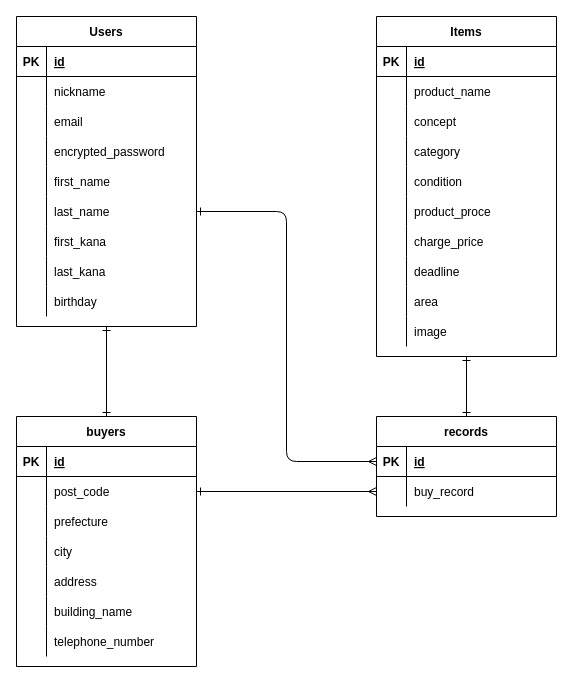
SuzukiYoiko/furima-38532 keeps this draw.io diagram as er.dio. Above is the earlier version. Source tidied: cells renumbered, new cells numbered last; positions are measured from the earlier drawing's top-left corner, leaving out a move shared by most shapes. Both pictures are drawn from the tidied source at 100%, with x=0, y=0 at pixel (16, 16).
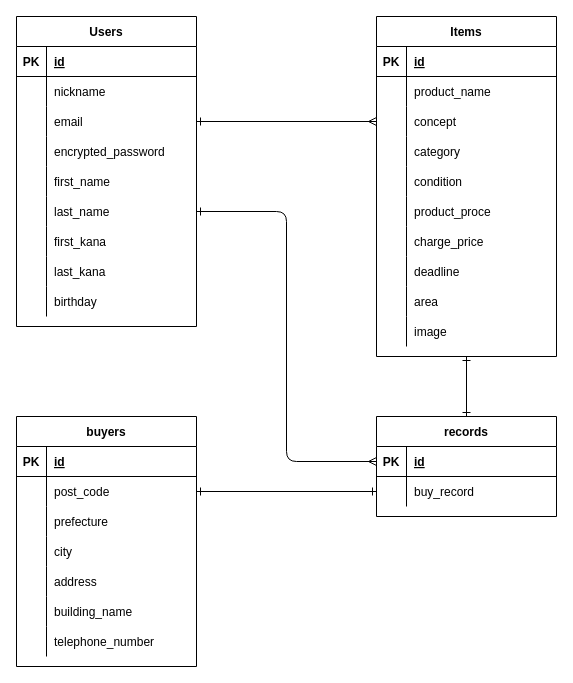
After the change.

Commit message (it also covers changes not shown here):
データベース設計の修正2

The change refers to these unchanged cells:
```xml
<mxCell id="3" value="Users" style="shape=table;startSize=30;childLayout=tableLayout;rowLines=0;fontStyle=1;align=center;fillColor=none;" parent="1" vertex="1">
  <mxGeometry width="180" height="310" as="geometry" />
</mxCell>
<mxCell id="10" style="shape=partialRectangle;fillColor=none;top=0;left=0;bottom=0;right=0;points=[[0,0.5],[1,0.5]];portConstraint=eastwest;" parent="3" vertex="1">
  <mxGeometry y="90" width="180" height="30" as="geometry" />
</mxCell>
<mxCell id="39" style="shape=partialRectangle;fillColor=none;top=0;left=0;bottom=0;right=0;points=[[0,0.5],[1,0.5]];portConstraint=eastwest;" parent="32" vertex="1">
  <mxGeometry y="90" width="180" height="30" as="geometry" />
</mxCell>
<mxCell id="63" value="buyers" style="shape=table;startSize=30;childLayout=tableLayout;rowLines=0;fontStyle=1;align=center;fillColor=none;" parent="1" vertex="1">
  <mxGeometry y="400" width="180" height="250" as="geometry" />
</mxCell>
<mxCell id="67" style="shape=partialRectangle;fillColor=none;top=0;left=0;bottom=0;right=0;points=[[0,0.5],[1,0.5]];portConstraint=eastwest;" parent="63" vertex="1">
  <mxGeometry y="60" width="180" height="30" as="geometry" />
</mxCell>
<mxCell id="89" style="shape=partialRectangle;fillColor=none;top=0;left=0;bottom=0;right=0;points=[[0,0.5],[1,0.5]];portConstraint=eastwest;" parent="85" vertex="1">
  <mxGeometry y="60" width="180" height="30" as="geometry" />
</mxCell>
```

What changed in the source:
```diff
@@
-    <mxCell id="2" style="edgeStyle=none;html=1;exitX=0.5;exitY=1;exitDx=0;exitDy=0;startArrow=ERone;startFill=0;endArrow=ERone;endFill=0;entryX=0.5;entryY=0;entryDx=0;entryDy=0;" parent="1" edge="1" source="3" target="63">
-      <mxGeometry relative="1" as="geometry" />
-    </mxCell>
@@
-    <mxCell id="93" style="edgeStyle=none;html=1;exitX=1;exitY=0.5;exitDx=0;exitDy=0;entryX=0;entryY=0.5;entryDx=0;entryDy=0;startArrow=ERone;startFill=0;endArrow=ERmany;endFill=0;" parent="1" edge="1" source="67" target="89">
+    <mxCell id="93" style="edgeStyle=none;html=1;exitX=1;exitY=0.5;exitDx=0;exitDy=0;entryX=0;entryY=0.5;entryDx=0;entryDy=0;startArrow=ERone;startFill=0;endArrow=ERone;endFill=0;" parent="1" edge="1" source="67" target="89">
       <mxGeometry relative="1" as="geometry" />
     </mxCell>
+    <mxCell id="94" style="edgeStyle=none;html=1;exitX=1;exitY=0.5;exitDx=0;exitDy=0;entryX=0;entryY=0.5;entryDx=0;entryDy=0;endArrow=ERmany;endFill=0;startArrow=ERone;startFill=0;" parent="1" edge="1" source="10" target="39">
+      <mxGeometry relative="1" as="geometry" />
+    </mxCell>
```
